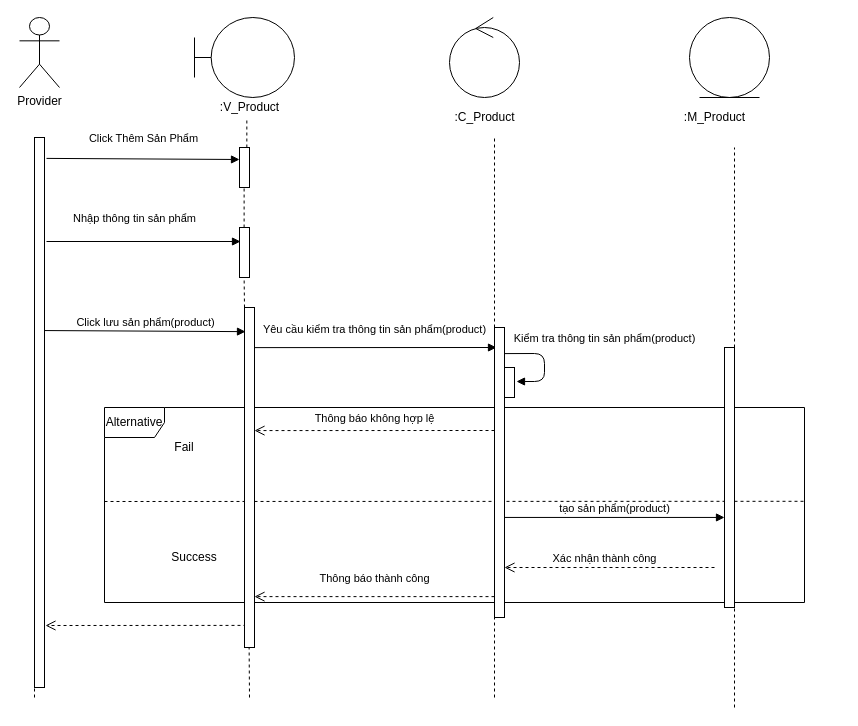
The draw.io diagram Sequence/ThemSanPhamSequence.drawio in hoangminh15/PTTKHT, before the edit. Source tidied: cells renumbered, new cells numbered last; positions are measured from the earlier drawing's top-left corner, leaving out a move shared by most shapes. Both pictures are drawn from the tidied source at 100%, with x=0, y=0 at pixel (19, 17).
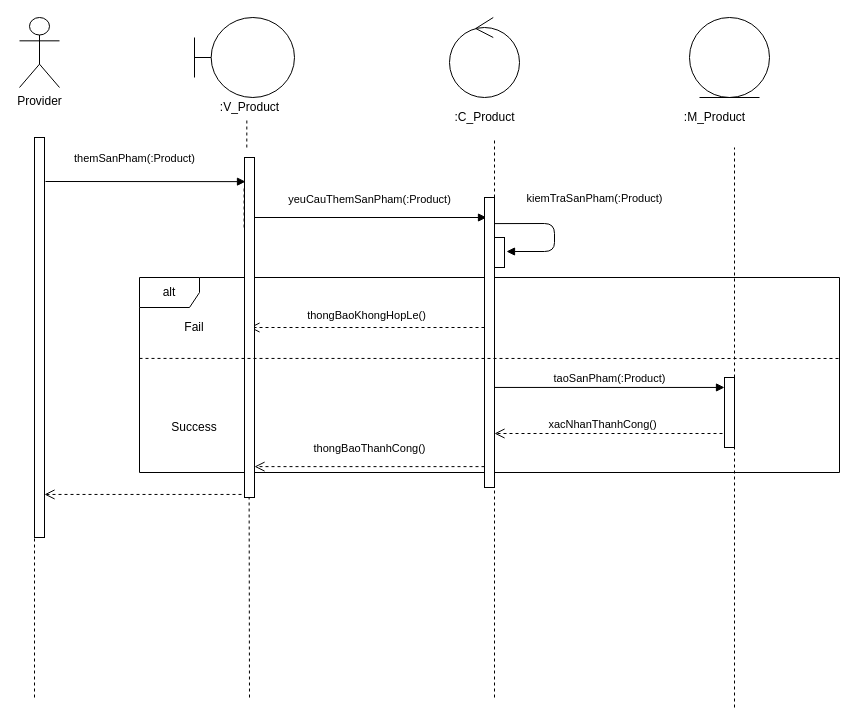
The same diagram, later.

Unchanged cells that the change refers to:
```xml
<mxCell id="7" value=":V_Product" style="text;html=1;align=center;verticalAlign=middle;points=[];" parent="1" vertex="1">
  <mxGeometry x="195" y="80" width="70" height="20" as="geometry" />
</mxCell>
```

What changed in the source:
```diff
@@
-    <mxCell id="2" value="Nhập thông tin sản phẩm" style="html=1;verticalAlign=bottom;endArrow=block;entryX=0.1;entryY=0.28;entryDx=0;entryDy=0;entryPerimeter=0;" parent="1" edge="1" target="21">
-      <mxGeometry x="-0.09" y="14" relative="1" as="geometry">
-        <mxPoint x="27" y="224" as="sourcePoint" />
-      </mxGeometry>
-    </mxCell>
-    <mxCell id="3" value="Yêu cầu kiểm tra thông tin sản phẩm(product)" style="html=1;verticalAlign=bottom;endArrow=block;exitX=1;exitY=0.118;exitDx=0;exitDy=0;exitPerimeter=0;entryX=0.2;entryY=0.069;entryDx=0;entryDy=0;entryPerimeter=0;" parent="1" edge="1" source="23" target="27">
+    <mxCell id="3" value="yeuCauThemSanPham(:Product)" style="html=1;verticalAlign=bottom;endArrow=block;entryX=0.2;entryY=0.069;entryDx=0;entryDy=0;entryPerimeter=0;" parent="1" edge="1" source="23" target="27">
       <mxGeometry x="-0.01" y="9" relative="1" as="geometry" />
     </mxCell>
-    <mxCell id="4" value="tạo sản phẩm(product)" style="html=1;verticalAlign=bottom;endArrow=block;exitX=1;exitY=0.655;exitDx=0;exitDy=0;exitPerimeter=0;" parent="1" edge="1" source="27" target="30">
+    <mxCell id="4" value="taoSanPham(:Product)" style="html=1;verticalAlign=bottom;endArrow=block;exitX=1;exitY=0.655;exitDx=0;exitDy=0;exitPerimeter=0;" parent="1" edge="1" source="27" target="30">
       <mxGeometry relative="1" as="geometry" />
     </mxCell>
@@
-    <mxCell id="6" value="Thông báo thành công" style="html=1;verticalAlign=bottom;endArrow=open;dashed=1;endSize=8;exitX=0;exitY=0.928;exitDx=0;exitDy=0;exitPerimeter=0;" parent="1" edge="1" source="27" target="23">
+    <mxCell id="6" value="thongBaoThanhCong()" style="html=1;verticalAlign=bottom;endArrow=open;dashed=1;endSize=8;exitX=0;exitY=0.928;exitDx=0;exitDy=0;exitPerimeter=0;" parent="1" edge="1" source="27" target="23">
       <mxGeometry y="-9" relative="1" as="geometry" />
     </mxCell>
@@
-    <mxCell id="8" value="Thông báo không hợp lệ" style="html=1;verticalAlign=bottom;endArrow=open;dashed=1;endSize=8;entryX=1;entryY=0.362;entryDx=0;entryDy=0;entryPerimeter=0;" parent="1" edge="1" target="23">
-      <mxGeometry y="-3" relative="1" as="geometry">
-        <mxPoint x="475" y="413" as="sourcePoint" />
-      </mxGeometry>
+    <mxCell id="8" value="thongBaoKhongHopLe()" style="html=1;verticalAlign=bottom;endArrow=open;dashed=1;endSize=8;entryX=0.5;entryY=0.5;entryDx=0;entryDy=0;entryPerimeter=0;" parent="1" edge="1" source="27" target="23">
+      <mxGeometry y="-3" relative="1" as="geometry" />
     </mxCell>
-    <mxCell id="9" style="html=1;verticalAlign=bottom;endArrow=open;dashed=1;endSize=8;exitX=0.2;exitY=0.935;exitDx=0;exitDy=0;exitPerimeter=0;" parent="1" edge="1" source="23">
-      <mxGeometry relative="1" as="geometry">
-        <mxPoint x="26" y="608" as="targetPoint" />
-      </mxGeometry>
+    <mxCell id="9" style="html=1;verticalAlign=bottom;endArrow=open;dashed=1;endSize=8;exitX=-0.3;exitY=0.991;exitDx=0;exitDy=0;exitPerimeter=0;" parent="1" edge="1" source="23" target="16">
+      <mxGeometry relative="1" as="geometry" />
     </mxCell>
     <mxCell id="10" value="Success" style="text;html=1;strokeColor=none;fillColor=none;align=center;verticalAlign=middle;whiteSpace=wrap;rounded=0;" parent="1" vertex="1">
-      <mxGeometry x="155" y="530" width="40" height="20" as="geometry" />
+      <mxGeometry x="155" y="400" width="40" height="20" as="geometry" />
     </mxCell>
     <mxCell id="11" value="Fail" style="text;html=1;strokeColor=none;fillColor=none;align=center;verticalAlign=middle;whiteSpace=wrap;rounded=0;" parent="1" vertex="1">
-      <mxGeometry x="145" y="420" width="40" height="20" as="geometry" />
+      <mxGeometry x="155" y="300" width="40" height="20" as="geometry" />
     </mxCell>
-    <mxCell id="12" value="Alternative" style="shape=umlFrame;whiteSpace=wrap;html=1;" parent="1" vertex="1">
-      <mxGeometry x="85" y="390" width="700" height="195" as="geometry" />
+    <mxCell id="12" value="alt" style="shape=umlFrame;whiteSpace=wrap;html=1;" parent="1" vertex="1">
+      <mxGeometry x="120" y="260" width="700" height="195" as="geometry" />
     </mxCell>
-    <mxCell id="13" style="endArrow=none;dashed=1;html=1;entryX=1;entryY=0.481;entryDx=0;entryDy=0;entryPerimeter=0;" parent="1" edge="1" target="12">
-      <mxGeometry relative="1" as="geometry">
-        <mxPoint x="85" y="484" as="sourcePoint" />
-      </mxGeometry>
-    </mxCell>
@@
     <mxCell id="16" style="html=1;points=[];perimeter=orthogonalPerimeter;" parent="1" vertex="1">
-      <mxGeometry x="15" y="120" width="10" height="550" as="geometry" />
+      <mxGeometry x="15" y="120" width="10" height="400" as="geometry" />
     </mxCell>
@@
-    <mxCell id="20" style="endArrow=none;dashed=1;html=1;entryX=0.462;entryY=1;entryDx=0;entryDy=0;entryPerimeter=0;" parent="1" edge="1" source="33" target="7">
-      <mxGeometry relative="1" as="geometry" />
+    <mxCell id="20" style="endArrow=none;dashed=1;html=1;entryX=0.462;entryY=1;entryDx=0;entryDy=0;entryPerimeter=0;" parent="1" edge="1" target="7">
+      <mxGeometry relative="1" as="geometry">
+        <mxPoint x="227.3" y="130" as="sourcePoint" />
+      </mxGeometry>
     </mxCell>
-    <mxCell id="21" style="html=1;points=[];perimeter=orthogonalPerimeter;" parent="1" vertex="1">
-      <mxGeometry x="220" y="210" width="10" height="50" as="geometry" />
-    </mxCell>
-    <mxCell id="22" style="endArrow=none;dashed=1;html=1;entryX=0.462;entryY=1;entryDx=0;entryDy=0;entryPerimeter=0;" parent="1" edge="1" source="23" target="21">
-      <mxGeometry relative="1" as="geometry" />
+    <mxCell id="22" style="endArrow=none;dashed=1;html=1;entryX=0.462;entryY=1;entryDx=0;entryDy=0;entryPerimeter=0;" parent="1" edge="1" source="23">
+      <mxGeometry relative="1" as="geometry">
+        <mxPoint x="224.6" y="260" as="targetPoint" />
+      </mxGeometry>
     </mxCell>
     <mxCell id="23" style="html=1;points=[];perimeter=orthogonalPerimeter;" parent="1" vertex="1">
-      <mxGeometry x="225" y="290" width="10" height="340" as="geometry" />
+      <mxGeometry x="225" y="140" width="10" height="340" as="geometry" />
     </mxCell>
@@
     <mxCell id="27" style="html=1;points=[];perimeter=orthogonalPerimeter;" parent="1" vertex="1">
-      <mxGeometry x="475" y="310" width="10" height="290" as="geometry" />
+      <mxGeometry x="465" y="180" width="10" height="290" as="geometry" />
     </mxCell>
@@
     <mxCell id="30" style="html=1;points=[];perimeter=orthogonalPerimeter;" parent="1" vertex="1">
-      <mxGeometry x="705" y="330" width="10" height="260" as="geometry" />
+      <mxGeometry x="705" y="360" width="10" height="70" as="geometry" />
     </mxCell>
@@
-    <mxCell id="32" value="Xác nhận thành công" style="html=1;verticalAlign=bottom;endArrow=open;dashed=1;endSize=8;" parent="1" edge="1" target="27">
-      <mxGeometry x="0.05" relative="1" as="geometry">
-        <mxPoint x="695" y="550" as="sourcePoint" />
-      </mxGeometry>
+    <mxCell id="32" value="xacNhanThanhCong()" style="html=1;verticalAlign=bottom;endArrow=open;dashed=1;endSize=8;exitX=-0.2;exitY=0.8;exitDx=0;exitDy=0;exitPerimeter=0;" parent="1" edge="1" source="30" target="27">
+      <mxGeometry x="0.05" relative="1" as="geometry" />
     </mxCell>
-    <mxCell id="33" style="html=1;points=[];perimeter=orthogonalPerimeter;" parent="1" vertex="1">
-      <mxGeometry x="220" y="130" width="10" height="40" as="geometry" />
-    </mxCell>
-    <mxCell id="34" style="endArrow=none;dashed=1;html=1;entryX=0.462;entryY=1;entryDx=0;entryDy=0;entryPerimeter=0;" parent="1" edge="1" source="21" target="33">
-      <mxGeometry relative="1" as="geometry" />
+    <mxCell id="34" style="endArrow=none;dashed=1;html=1;entryX=0.462;entryY=1;entryDx=0;entryDy=0;entryPerimeter=0;" parent="1" edge="1">
+      <mxGeometry relative="1" as="geometry">
+        <mxPoint x="224.6" y="210" as="sourcePoint" />
+        <mxPoint x="224.6" y="170" as="targetPoint" />
+      </mxGeometry>
     </mxCell>
-    <mxCell id="35" value="Click Thêm Sản Phẩm" style="html=1;verticalAlign=bottom;endArrow=block;exitX=1.2;exitY=0.038;exitDx=0;exitDy=0;exitPerimeter=0;entryX=0;entryY=0.3;entryDx=0;entryDy=0;entryPerimeter=0;" parent="1" edge="1" source="16" target="33">
-      <mxGeometry x="0.01" y="11" relative="1" as="geometry" />
-    </mxCell>
-    <mxCell id="36" value="Click lưu sản phẩm(product)" style="html=1;verticalAlign=bottom;endArrow=block;exitX=1;exitY=0.351;exitDx=0;exitDy=0;exitPerimeter=0;entryX=0.1;entryY=0.071;entryDx=0;entryDy=0;entryPerimeter=0;" parent="1" edge="1" source="16" target="23">
-      <mxGeometry relative="1" as="geometry" />
+    <mxCell id="36" value="themSanPham(:Product)" style="html=1;verticalAlign=bottom;endArrow=block;entryX=0.1;entryY=0.071;entryDx=0;entryDy=0;entryPerimeter=0;" parent="1" edge="1" target="23">
+      <mxGeometry x="-0.11" y="14" relative="1" as="geometry">
+        <mxPoint x="26" y="164" as="sourcePoint" />
+      </mxGeometry>
     </mxCell>
     <mxCell id="37" style="html=1;points=[];perimeter=orthogonalPerimeter;" parent="1" vertex="1">
-      <mxGeometry x="485" y="350" width="10" height="30" as="geometry" />
+      <mxGeometry x="475" y="220" width="10" height="30" as="geometry" />
     </mxCell>
-    <mxCell id="38" value="Kiểm tra thông tin sản phẩm(product)" style="html=1;verticalAlign=bottom;endArrow=block;exitX=1;exitY=0.09;exitDx=0;exitDy=0;exitPerimeter=0;entryX=1.2;entryY=0.467;entryDx=0;entryDy=0;entryPerimeter=0;" parent="1" edge="1" source="27" target="37">
-      <mxGeometry x="-0.17" y="60" relative="1" as="geometry">
+    <mxCell id="38" value="kiemTraSanPham(:Product)" style="html=1;verticalAlign=bottom;endArrow=block;exitX=1;exitY=0.09;exitDx=0;exitDy=0;exitPerimeter=0;entryX=1.2;entryY=0.467;entryDx=0;entryDy=0;entryPerimeter=0;" parent="1" edge="1" source="27" target="37">
+      <mxGeometry x="-0.12" y="43" relative="1" as="geometry">
         <Array as="points">
-          <mxPoint x="525" y="336" />
-          <mxPoint x="525" y="364" />
+          <mxPoint x="535" y="206" />
+          <mxPoint x="535" y="234" />
         </Array>
-        <mxPoint y="-6" as="offset" />
+        <mxPoint x="-3" y="-16" as="offset" />
       </mxGeometry>
     </mxCell>
+    <mxCell id="39" style="endArrow=none;dashed=1;html=1;exitX=0;exitY=0.415;exitDx=0;exitDy=0;exitPerimeter=0;" parent="1" edge="1" source="12">
+      <mxGeometry relative="1" as="geometry">
+        <mxPoint x="820" y="341" as="targetPoint" />
+      </mxGeometry>
+    </mxCell>
+    <mxCell id="40" style="edgeStyle=orthogonalEdgeStyle;rounded=0;orthogonalLoop=1;jettySize=auto;html=1;exitX=0.5;exitY=1;exitDx=0;exitDy=0;" parent="1" edge="1" source="10" target="10">
+      <mxGeometry relative="1" as="geometry" />
+    </mxCell>
```
